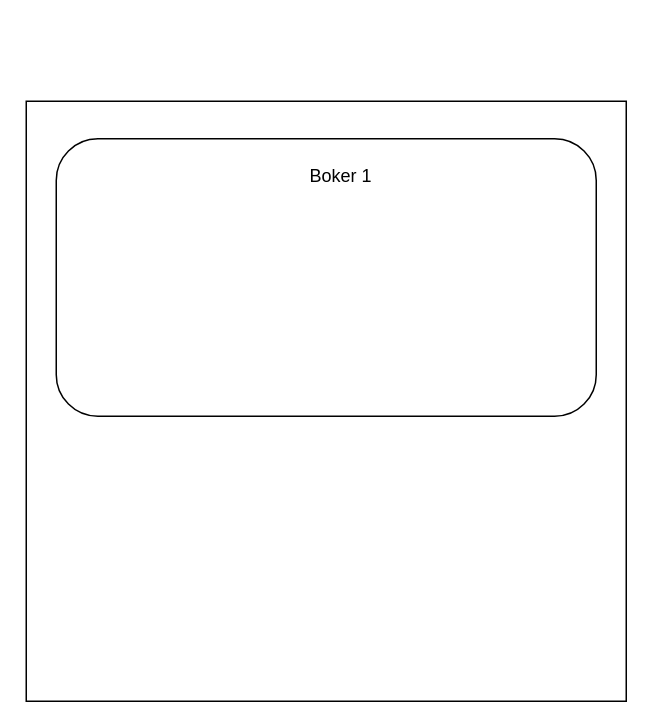
Earlier version of the draw.io diagram Kafka.drawio (tuankhoi2206/Apache-Kafka). Source tidied: cells renumbered, new cells numbered last; positions are measured from the earlier drawing's top-left corner, leaving out a move shared by most shapes. Both pictures are drawn from the tidied source at 150%, with x=0, y=0 at pixel (26, 100).
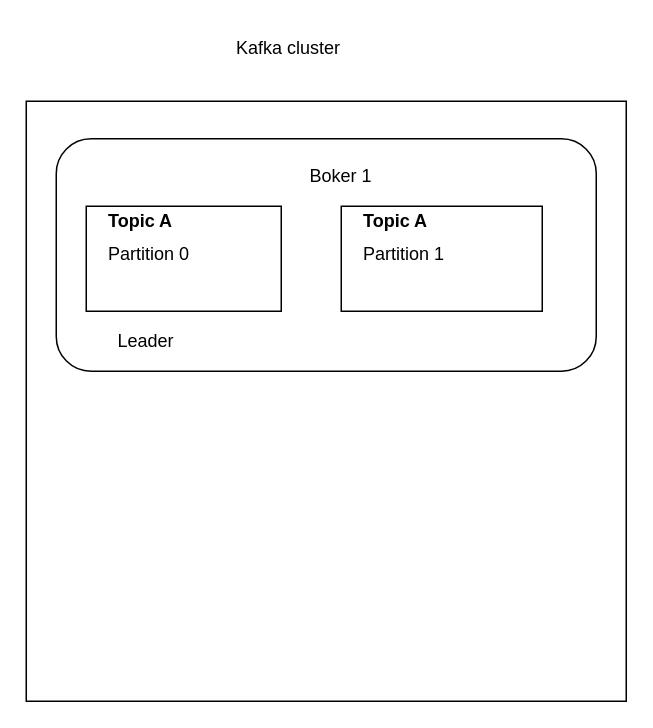
After the change.

What changed in the source:
```diff
@@
 <mxGraphModel>
   <root>
     <mxCell id="0" />
     <mxCell id="1" parent="0" />
     <mxCell id="2" style="whiteSpace=wrap;html=1;" parent="1" vertex="1">
       <mxGeometry width="400" height="400" as="geometry" />
     </mxCell>
     <mxCell id="3" style="rounded=1;whiteSpace=wrap;html=1;" parent="1" vertex="1">
-      <mxGeometry x="20" y="25" width="360" height="185" as="geometry" />
+      <mxGeometry x="20" y="25" width="360" height="155" as="geometry" />
     </mxCell>
     <mxCell id="4" value="Boker 1" style="text;html=1;strokeColor=none;fillColor=none;align=center;verticalAlign=middle;whiteSpace=wrap;rounded=0;" parent="1" vertex="1">
       <mxGeometry x="180" y="40" width="60" height="20" as="geometry" />
     </mxCell>
+    <mxCell id="5" style="rounded=0;whiteSpace=wrap;html=1;" parent="1" vertex="1">
+      <mxGeometry x="40" y="70" width="130" height="70" as="geometry" />
+    </mxCell>
+    <mxCell id="6" style="rounded=0;whiteSpace=wrap;html=1;" parent="1" vertex="1">
+      <mxGeometry x="210" y="70" width="134" height="70" as="geometry" />
+    </mxCell>
+    <mxCell id="7" value="&lt;h1 style=&quot;font-size: 12px&quot;&gt;Topic A&lt;/h1&gt;&lt;div&gt;Partition 0&lt;/div&gt;" style="text;html=1;strokeColor=none;fillColor=none;spacing=5;spacingTop=-20;whiteSpace=wrap;overflow=hidden;rounded=0;fontSize=12;" parent="1" vertex="1">
+      <mxGeometry x="50" y="75" width="80" height="60" as="geometry" />
+    </mxCell>
+    <mxCell id="8" value="&lt;h1 style=&quot;font-size: 12px&quot;&gt;Topic A&lt;/h1&gt;&lt;div&gt;Partition 1&lt;/div&gt;" style="text;html=1;strokeColor=none;fillColor=none;spacing=5;spacingTop=-20;whiteSpace=wrap;overflow=hidden;rounded=0;fontSize=12;" parent="1" vertex="1">
+      <mxGeometry x="220" y="75" width="80" height="60" as="geometry" />
+    </mxCell>
+    <mxCell id="9" value="Leader" style="text;html=1;strokeColor=none;fillColor=none;align=center;verticalAlign=middle;whiteSpace=wrap;rounded=0;fontSize=12;" parent="1" vertex="1">
+      <mxGeometry x="60" y="150" width="40" height="20" as="geometry" />
+    </mxCell>
+    <mxCell id="10" value="Kafka cluster" style="text;html=1;strokeColor=none;fillColor=none;align=center;verticalAlign=middle;whiteSpace=wrap;rounded=0;fontSize=12;" parent="1" vertex="1">
+      <mxGeometry x="130" y="-50" width="90" height="30" as="geometry" />
+    </mxCell>
   </root>
 </mxGraphModel>
```
